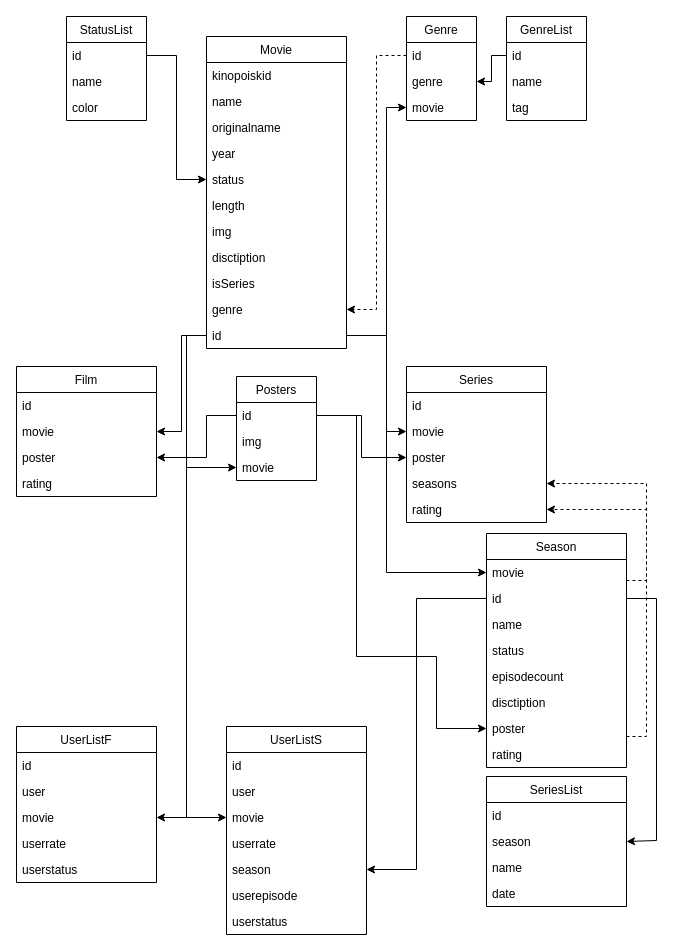
This is MovieDB.drawio from nikminer/MovieDB, a draw.io file, before an edit. Source tidied: cells renumbered, new cells numbered last; positions are measured from the earlier drawing's top-left corner, leaving out a move shared by most shapes. Both pictures are drawn from the tidied source at 100%, with x=0, y=0 at pixel (16, 16).
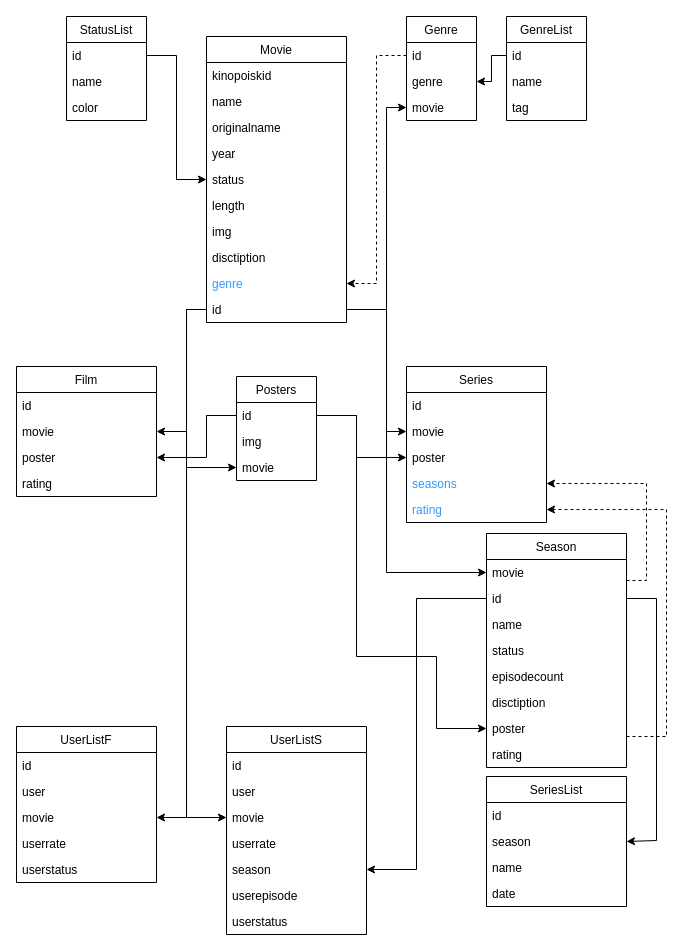
The same diagram, later.

Unchanged cells that the change refers to:
```xml
<mxCell id="6" value="Series" style="swimlane;fontStyle=0;horizontal=1;startSize=26;fillColor=none;" parent="1" vertex="1">
  <mxGeometry x="390" y="350" width="140" height="156" as="geometry" />
</mxCell>
<mxCell id="8" value="movie" style="text;strokeColor=none;fillColor=none;align=left;verticalAlign=top;spacingLeft=4;spacingRight=4;overflow=hidden;points=[[0,0.5],[1,0.5]];portConstraint=eastwest;" parent="6" vertex="1">
  <mxGeometry y="52" width="140" height="26" as="geometry" />
</mxCell>
<mxCell id="9" value="poster" style="text;strokeColor=none;fillColor=none;align=left;verticalAlign=top;spacingLeft=4;spacingRight=4;overflow=hidden;points=[[0,0.5],[1,0.5]];portConstraint=eastwest;" parent="6" vertex="1">
  <mxGeometry y="78" width="140" height="26" as="geometry" />
</mxCell>
<mxCell id="13" value="movie" style="text;strokeColor=none;fillColor=none;align=left;verticalAlign=top;spacingLeft=4;spacingRight=4;overflow=hidden;points=[[0,0.5],[1,0.5]];portConstraint=eastwest;" parent="12" vertex="1">
  <mxGeometry y="26" width="140" height="26" as="geometry" />
</mxCell>
<mxCell id="20" value="rating" style="text;strokeColor=none;fillColor=none;align=left;verticalAlign=top;spacingLeft=4;spacingRight=4;overflow=hidden;points=[[0,0.5],[1,0.5]];portConstraint=eastwest;" parent="12" vertex="1">
  <mxGeometry y="208" width="140" height="26" as="geometry" />
</mxCell>
<mxCell id="26" value="id" style="text;strokeColor=none;fillColor=none;align=left;verticalAlign=top;spacingLeft=4;spacingRight=4;overflow=hidden;points=[[0,0.5],[1,0.5]];portConstraint=eastwest;" parent="25" vertex="1">
  <mxGeometry y="26" width="70" height="26" as="geometry" />
</mxCell>
<mxCell id="28" value="movie" style="text;strokeColor=none;fillColor=none;align=left;verticalAlign=top;spacingLeft=4;spacingRight=4;overflow=hidden;points=[[0,0.5],[1,0.5]];portConstraint=eastwest;" parent="25" vertex="1">
  <mxGeometry y="78" width="70" height="26" as="geometry" />
</mxCell>
<mxCell id="32" value="movie" style="text;strokeColor=none;fillColor=none;align=left;verticalAlign=top;spacingLeft=4;spacingRight=4;overflow=hidden;points=[[0,0.5],[1,0.5]];portConstraint=eastwest;" parent="29" vertex="1">
  <mxGeometry y="78" width="140" height="26" as="geometry" />
</mxCell>
<mxCell id="58" value="movie" style="text;strokeColor=none;fillColor=none;align=left;verticalAlign=top;spacingLeft=4;spacingRight=4;overflow=hidden;points=[[0,0.5],[1,0.5]];portConstraint=eastwest;" parent="56" vertex="1">
  <mxGeometry y="52" width="140" height="26" as="geometry" />
</mxCell>
<mxCell id="68" value="id" style="text;strokeColor=none;fillColor=none;align=left;verticalAlign=top;spacingLeft=4;spacingRight=4;overflow=hidden;points=[[0,0.5],[1,0.5]];portConstraint=eastwest;" parent="67" vertex="1">
  <mxGeometry y="26" width="80" height="26" as="geometry" />
</mxCell>
```

Diff of the diagram source:
```diff
@@
-    <mxCell id="10" value="seasons" style="text;strokeColor=none;fillColor=none;align=left;verticalAlign=top;spacingLeft=4;spacingRight=4;overflow=hidden;points=[[0,0.5],[1,0.5]];portConstraint=eastwest;" parent="6" vertex="1">
+    <mxCell id="10" value="seasons" style="text;strokeColor=none;fillColor=none;align=left;verticalAlign=top;spacingLeft=4;spacingRight=4;overflow=hidden;points=[[0,0.5],[1,0.5]];portConstraint=eastwest;fontColor=#3399FF;" parent="6" vertex="1">
       <mxGeometry y="104" width="140" height="26" as="geometry" />
     </mxCell>
-    <mxCell id="11" value="rating" style="text;strokeColor=none;fillColor=none;align=left;verticalAlign=top;spacingLeft=4;spacingRight=4;overflow=hidden;points=[[0,0.5],[1,0.5]];portConstraint=eastwest;" parent="6" vertex="1">
+    <mxCell id="11" value="rating" style="text;strokeColor=none;fillColor=none;align=left;verticalAlign=top;spacingLeft=4;spacingRight=4;overflow=hidden;points=[[0,0.5],[1,0.5]];portConstraint=eastwest;fontColor=#3399FF;" parent="6" vertex="1">
       <mxGeometry y="130" width="140" height="26" as="geometry" />
     </mxCell>
@@
     <mxCell id="40" value="Movie" style="swimlane;fontStyle=0;horizontal=1;startSize=26;fillColor=none;" parent="1" vertex="1">
-      <mxGeometry x="190" y="20" width="140" height="312" as="geometry" />
+      <mxGeometry x="190" y="20" width="140" height="286" as="geometry" />
     </mxCell>
@@
-    <mxCell id="49" value="isSeries" style="text;strokeColor=none;fillColor=none;align=left;verticalAlign=top;spacingLeft=4;spacingRight=4;overflow=hidden;" parent="40" vertex="1">
-      <mxGeometry y="234" width="140" height="26" as="geometry" />
-    </mxCell>
-    <mxCell id="50" value="genre" style="text;strokeColor=none;fillColor=none;align=left;verticalAlign=top;spacingLeft=4;spacingRight=4;overflow=hidden;points=[[0,0.5],[1,0.5]];portConstraint=eastwest;" parent="40" vertex="1">
-      <mxGeometry y="260" width="140" height="26" as="geometry" />
+    <mxCell id="50" value="genre" style="text;strokeColor=none;fillColor=none;align=left;verticalAlign=top;spacingLeft=4;spacingRight=4;overflow=hidden;points=[[0,0.5],[1,0.5]];portConstraint=eastwest;fontColor=#3399FF;" parent="40" vertex="1">
+      <mxGeometry y="234" width="140" height="26" as="geometry" />
     </mxCell>
     <mxCell id="51" value="id" style="text;strokeColor=none;fillColor=none;align=left;verticalAlign=top;spacingLeft=4;spacingRight=4;overflow=hidden;points=[[0,0.5],[1,0.5]];portConstraint=eastwest;" parent="40" vertex="1">
-      <mxGeometry y="286" width="140" height="26" as="geometry" />
+      <mxGeometry y="260" width="140" height="26" as="geometry" />
     </mxCell>
@@
     <mxCell id="53" style="edgeStyle=orthogonalEdgeStyle;rounded=0;jettySize=auto;html=1;exitX=0;exitY=0.5;exitDx=0;exitDy=0;entryX=1;entryY=0.5;entryDx=0;entryDy=0;startArrow=none;startFill=0;dashed=1;" parent="1" edge="1" source="26" target="50">
       <mxGeometry relative="1" as="geometry">
         <Array as="points">
           <mxPoint x="360" y="39" />
-          <mxPoint x="360" y="293" />
+          <mxPoint x="360" y="267" />
         </Array>
       </mxGeometry>
     </mxCell>
     <mxCell id="54" style="edgeStyle=orthogonalEdgeStyle;rounded=0;jettySize=auto;html=1;exitX=1;exitY=0.5;exitDx=0;exitDy=0;entryX=0;entryY=0.5;entryDx=0;entryDy=0;startArrow=none;startFill=0;" parent="1" edge="1" source="51" target="28">
       <mxGeometry relative="1" as="geometry">
         <Array as="points">
-          <mxPoint x="370" y="319" />
+          <mxPoint x="370" y="293" />
           <mxPoint x="370" y="91" />
         </Array>
       </mxGeometry>
     </mxCell>
@@
     <mxCell id="61" style="edgeStyle=orthogonalEdgeStyle;rounded=0;jettySize=auto;html=1;exitX=0;exitY=0.5;exitDx=0;exitDy=0;entryX=1;entryY=0.5;entryDx=0;entryDy=0;startArrow=none;startFill=0;" parent="1" edge="1" source="51" target="58">
-      <mxGeometry relative="1" as="geometry" />
+      <mxGeometry relative="1" as="geometry">
+        <Array as="points">
+          <mxPoint x="170" y="293" />
+          <mxPoint x="170" y="415" />
+        </Array>
+      </mxGeometry>
     </mxCell>
     <mxCell id="62" style="edgeStyle=orthogonalEdgeStyle;rounded=0;jettySize=auto;html=1;exitX=1;exitY=0.5;exitDx=0;exitDy=0;startArrow=none;startFill=0;entryX=0;entryY=0.5;entryDx=0;entryDy=0;" parent="1" edge="1" source="51" target="8">
       <mxGeometry relative="1" as="geometry">
         <Array as="points">
-          <mxPoint x="370" y="319" />
+          <mxPoint x="370" y="293" />
           <mxPoint x="370" y="415" />
         </Array>
       </mxGeometry>
     </mxCell>
@@
     <mxCell id="64" style="edgeStyle=orthogonalEdgeStyle;rounded=0;jettySize=auto;html=1;exitX=1;exitY=0.5;exitDx=0;exitDy=0;startArrow=none;startFill=0;dashed=1;entryX=1;entryY=0.5;entryDx=0;entryDy=0;" parent="1" edge="1" source="20" target="11">
       <mxGeometry relative="1" as="geometry">
         <Array as="points">
-          <mxPoint x="630" y="720" />
-          <mxPoint x="630" y="493" />
+          <mxPoint x="610" y="720" />
+          <mxPoint x="650" y="720" />
+          <mxPoint x="650" y="493" />
         </Array>
       </mxGeometry>
     </mxCell>
@@
     <mxCell id="66" style="edgeStyle=orthogonalEdgeStyle;rounded=0;jettySize=auto;html=1;exitX=1;exitY=0.5;exitDx=0;exitDy=0;entryX=0;entryY=0.5;entryDx=0;entryDy=0;startArrow=none;startFill=0;" parent="1" edge="1" source="51" target="13">
       <mxGeometry relative="1" as="geometry">
         <Array as="points">
-          <mxPoint x="370" y="319" />
+          <mxPoint x="370" y="293" />
           <mxPoint x="370" y="556" />
         </Array>
       </mxGeometry>
     </mxCell>
@@
     <mxCell id="74" style="edgeStyle=orthogonalEdgeStyle;rounded=0;jettySize=auto;html=1;exitX=1;exitY=0.5;exitDx=0;exitDy=0;entryX=0;entryY=0.5;entryDx=0;entryDy=0;startArrow=none;startFill=0;" parent="1" edge="1" source="68" target="9">
-      <mxGeometry relative="1" as="geometry" />
+      <mxGeometry relative="1" as="geometry">
+        <Array as="points">
+          <mxPoint x="340" y="399" />
+          <mxPoint x="340" y="441" />
+        </Array>
+      </mxGeometry>
     </mxCell>
@@
     <mxCell id="84" style="edgeStyle=orthogonalEdgeStyle;rounded=0;jettySize=auto;html=1;exitX=0;exitY=0.5;exitDx=0;exitDy=0;entryX=1;entryY=0.5;entryDx=0;entryDy=0;" parent="1" edge="1" source="51" target="32">
       <mxGeometry relative="1" as="geometry">
         <Array as="points">
-          <mxPoint x="170" y="319" />
+          <mxPoint x="170" y="293" />
+          <mxPoint x="170" y="801" />
         </Array>
       </mxGeometry>
     </mxCell>
```
